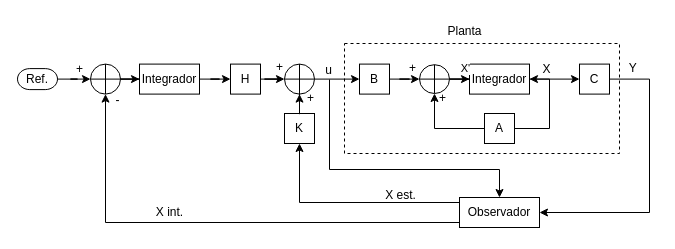
Before: Control bab tp3/diagramas en bloques de controladores y imgs/realim_estados_integral.drawio in Icavicchioli/Taller-de-control-Brischetto-Cavicchioli, a draw.io diagram. Source tidied: cells renumbered, new cells numbered last; positions are measured from the earlier drawing's top-left corner, leaving out a move shared by most shapes. Both pictures are drawn from the tidied source at 100%, with x=0, y=0 at pixel (17, 16).
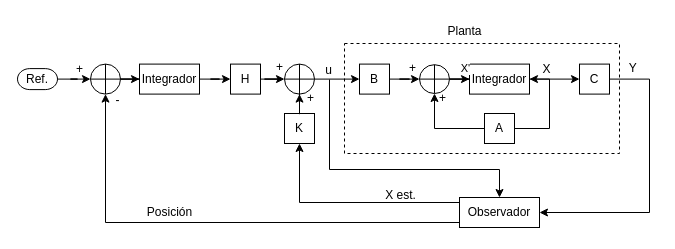
Above is the later version.

Diff of the diagram source:
```diff
@@
-    <mxCell id="41" value="X int." style="text;html=1;align=center;verticalAlign=middle;strokeColor=none;fillColor=none;" parent="1" vertex="1">
-      <mxGeometry x="127" y="181" width="50" height="30" as="geometry" />
+    <mxCell id="41" value="Posición" style="text;html=1;align=center;verticalAlign=middle;strokeColor=none;fillColor=none;" parent="1" vertex="1">
+      <mxGeometry x="117" y="181" width="70" height="30" as="geometry" />
     </mxCell>
```
